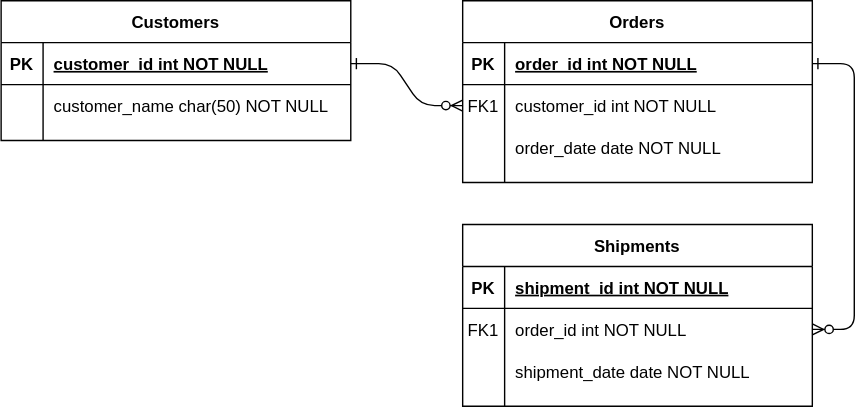
The draw.io diagram Untitled Diagram.svg in hiendn1992/Algo, before a commit. Source tidied: cells renumbered, new cells last; positions are measured from the earlier drawing's top-left corner, leaving out a move shared by most shapes.
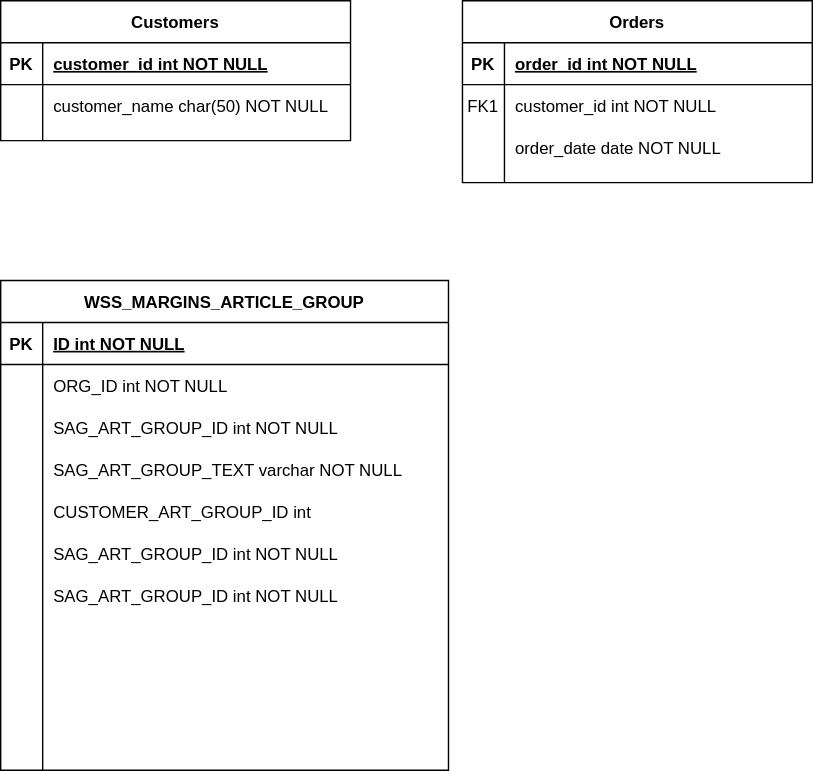
Above is the later version.

What changed in the source:
```diff
@@ -2,12 +2,6 @@
   <root>
     <mxCell id="0" />
     <mxCell id="1" parent="0" />
-    <mxCell id="2" style="edgeStyle=entityRelationEdgeStyle;endArrow=ERzeroToMany;startArrow=ERone;endFill=1;startFill=0;" parent="1" edge="1" source="25" target="8">
-      <mxGeometry relative="1" as="geometry" />
-    </mxCell>
-    <mxCell id="3" style="edgeStyle=entityRelationEdgeStyle;endArrow=ERzeroToMany;startArrow=ERone;endFill=1;startFill=0;" parent="1" edge="1" source="5" target="18">
-      <mxGeometry relative="1" as="geometry" />
-    </mxCell>
     <mxCell id="4" value="Orders" style="shape=table;startSize=30;rowLines=0;fontStyle=1;align=center;" parent="1" vertex="1">
       <mxGeometry x="330" width="250" height="130" as="geometry" />
     </mxCell>
@@ -38,35 +32,35 @@
     <mxCell id="13" value="order_date date NOT NULL" style="shape=partialRectangle;overflow=hidden;fillColor=none;top=0;left=0;bottom=0;right=0;align=left;spacingLeft=6;" parent="11" vertex="1">
       <mxGeometry x="30" width="220" height="30" as="geometry" />
     </mxCell>
-    <mxCell id="14" value="Shipments" style="shape=table;startSize=30;rowLines=0;fontStyle=1;align=center;" parent="1" vertex="1">
-      <mxGeometry x="330" y="160" width="250" height="130" as="geometry" />
+    <mxCell id="14" value="WSS_MARGINS_ARTICLE_GROUP" style="shape=table;startSize=30;rowLines=0;fontStyle=1;align=center;" parent="1" vertex="1">
+      <mxGeometry y="200" width="320" height="350" as="geometry" />
     </mxCell>
     <mxCell id="15" style="shape=partialRectangle;fillColor=none;top=0;left=0;right=0;bottom=1;" parent="14" vertex="1">
-      <mxGeometry y="30" width="250" height="30" as="geometry" />
+      <mxGeometry y="30" width="320" height="30" as="geometry" />
     </mxCell>
     <mxCell id="16" value="PK" style="shape=partialRectangle;overflow=hidden;fillColor=none;top=0;left=0;bottom=0;right=0;fontStyle=1;" parent="15" vertex="1">
       <mxGeometry width="30" height="30" as="geometry" />
     </mxCell>
-    <mxCell id="17" value="shipment_id int NOT NULL " style="shape=partialRectangle;overflow=hidden;fillColor=none;top=0;left=0;bottom=0;right=0;align=left;spacingLeft=6;fontStyle=5;" parent="15" vertex="1">
-      <mxGeometry x="30" width="220" height="30" as="geometry" />
+    <mxCell id="17" value="ID int NOT NULL " style="shape=partialRectangle;overflow=hidden;fillColor=none;top=0;left=0;bottom=0;right=0;align=left;spacingLeft=6;fontStyle=5;" parent="15" vertex="1">
+      <mxGeometry x="30" width="290" height="30" as="geometry" />
     </mxCell>
     <mxCell id="18" style="shape=partialRectangle;fillColor=none;points=[[0,0.5],[1,0.5]];portConstraint=eastwest;top=0;left=0;right=0;bottom=0;" parent="14" vertex="1">
-      <mxGeometry y="60" width="250" height="30" as="geometry" />
+      <mxGeometry y="60" width="320" height="30" as="geometry" />
     </mxCell>
-    <mxCell id="19" value="FK1" style="shape=partialRectangle;overflow=hidden;fillColor=none;top=0;left=0;bottom=0;right=0;" parent="18" vertex="1">
+    <mxCell id="19" style="shape=partialRectangle;overflow=hidden;fillColor=none;top=0;left=0;bottom=0;right=0;" parent="18" vertex="1">
       <mxGeometry width="30" height="30" as="geometry" />
     </mxCell>
-    <mxCell id="20" value="order_id int NOT NULL" style="shape=partialRectangle;overflow=hidden;fillColor=none;top=0;left=0;bottom=0;right=0;align=left;spacingLeft=6;" parent="18" vertex="1">
-      <mxGeometry x="30" width="220" height="30" as="geometry" />
+    <mxCell id="20" value="ORG_ID int NOT NULL" style="shape=partialRectangle;overflow=hidden;fillColor=none;top=0;left=0;bottom=0;right=0;align=left;spacingLeft=6;" parent="18" vertex="1">
+      <mxGeometry x="30" width="290" height="30" as="geometry" />
     </mxCell>
     <mxCell id="21" style="shape=partialRectangle;fillColor=none;top=0;left=0;right=0;bottom=0;" parent="14" vertex="1">
-      <mxGeometry y="90" width="250" height="30" as="geometry" />
+      <mxGeometry y="90" width="320" height="30" as="geometry" />
     </mxCell>
     <mxCell id="22" style="shape=partialRectangle;overflow=hidden;fillColor=none;top=0;left=0;bottom=0;right=0;" parent="21" vertex="1">
       <mxGeometry width="30" height="30" as="geometry" />
     </mxCell>
-    <mxCell id="23" value="shipment_date date NOT NULL" style="shape=partialRectangle;overflow=hidden;fillColor=none;top=0;left=0;bottom=0;right=0;align=left;spacingLeft=6;" parent="21" vertex="1">
-      <mxGeometry x="30" width="220" height="30" as="geometry" />
+    <mxCell id="23" value="SAG_ART_GROUP_ID int NOT NULL" style="shape=partialRectangle;overflow=hidden;fillColor=none;top=0;left=0;bottom=0;right=0;align=left;spacingLeft=6;" parent="21" vertex="1">
+      <mxGeometry x="30" width="290" height="30" as="geometry" />
     </mxCell>
     <mxCell id="24" value="Customers" style="shape=table;startSize=30;rowLines=0;fontStyle=1;align=center;" parent="1" vertex="1">
       <mxGeometry width="250" height="100" as="geometry" />
@@ -89,5 +83,17 @@
     <mxCell id="30" value="customer_name char(50) NOT NULL" style="shape=partialRectangle;overflow=hidden;fillColor=none;top=0;left=0;bottom=0;right=0;align=left;spacingLeft=6;" parent="28" vertex="1">
       <mxGeometry x="30" width="220" height="30" as="geometry" />
     </mxCell>
+    <mxCell id="31" value="SAG_ART_GROUP_TEXT varchar NOT NULL" style="shape=partialRectangle;overflow=hidden;fillColor=none;top=0;left=0;bottom=0;right=0;align=left;spacingLeft=6;" parent="1" vertex="1">
+      <mxGeometry x="30" y="320" width="280" height="30" as="geometry" />
+    </mxCell>
+    <mxCell id="32" value="CUSTOMER_ART_GROUP_ID int" style="shape=partialRectangle;overflow=hidden;fillColor=none;top=0;left=0;bottom=0;right=0;align=left;spacingLeft=6;" parent="1" vertex="1">
+      <mxGeometry x="30" y="350" width="220" height="30" as="geometry" />
+    </mxCell>
+    <mxCell id="33" value="SAG_ART_GROUP_ID int NOT NULL" style="shape=partialRectangle;overflow=hidden;fillColor=none;top=0;left=0;bottom=0;right=0;align=left;spacingLeft=6;" parent="1" vertex="1">
+      <mxGeometry x="30" y="380" width="220" height="30" as="geometry" />
+    </mxCell>
+    <mxCell id="34" value="SAG_ART_GROUP_ID int NOT NULL" style="shape=partialRectangle;overflow=hidden;fillColor=none;top=0;left=0;bottom=0;right=0;align=left;spacingLeft=6;" parent="1" vertex="1">
+      <mxGeometry x="30" y="410" width="220" height="30" as="geometry" />
+    </mxCell>
   </root>
 </mxGraphModel>
```
